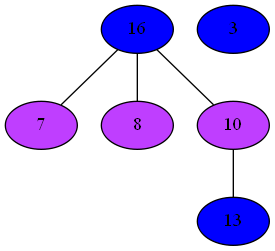
Above: Compiler/14iGraph.png in mbajaj92/Project-Astoria (Graphviz), before the change. Its source is kept beside it as Compiler/14iGraph.dot. Its diagram source:
```dot
strict graph {
16[label="16" style=filled fillcolor="blue1"];
16 -- 7
16 -- 8
16 -- 10
3[label="3" style=filled fillcolor="blue1"];
7[label="7" style=filled fillcolor="darkorchid1"];
7 -- 16
8[label="8" style=filled fillcolor="darkorchid1"];
8 -- 16
10[label="10" style=filled fillcolor="darkorchid1"];
10 -- 16
10 -- 13
13[label="13" style=filled fillcolor="blue1"];
13 -- 10
}
```
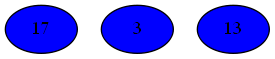
After the commit.

Change to the diagram source:
```diff
@@ -1,16 +1,5 @@
 strict graph {
-16[label="16" style=filled fillcolor="blue1"];
-16 -- 7
-16 -- 8
-16 -- 10
+17[label="17" style=filled fillcolor="blue1"];
 3[label="3" style=filled fillcolor="blue1"];
-7[label="7" style=filled fillcolor="darkorchid1"];
-7 -- 16
-8[label="8" style=filled fillcolor="darkorchid1"];
-8 -- 16
-10[label="10" style=filled fillcolor="darkorchid1"];
-10 -- 16
-10 -- 13
 13[label="13" style=filled fillcolor="blue1"];
-13 -- 10
 }
```
